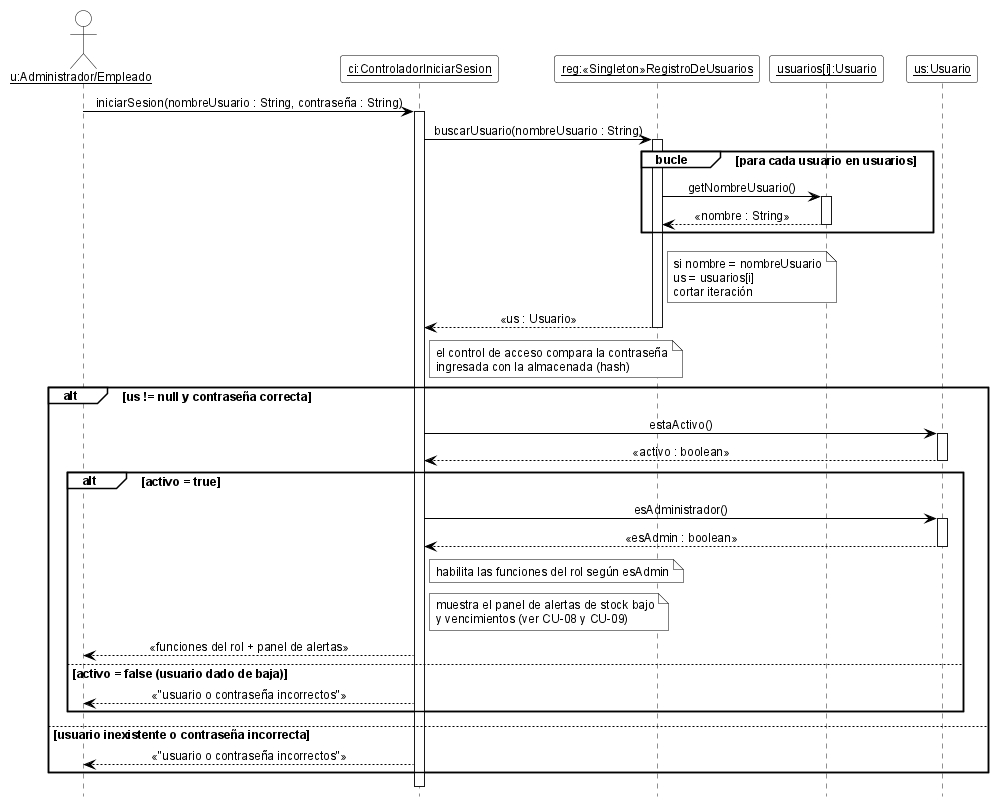
This is 08-Diagrama De Secuencia/DSD_CU-01_iniciarSesion.png from cirotop/Stock-Project, a PlantUML export, as it was before one commit.
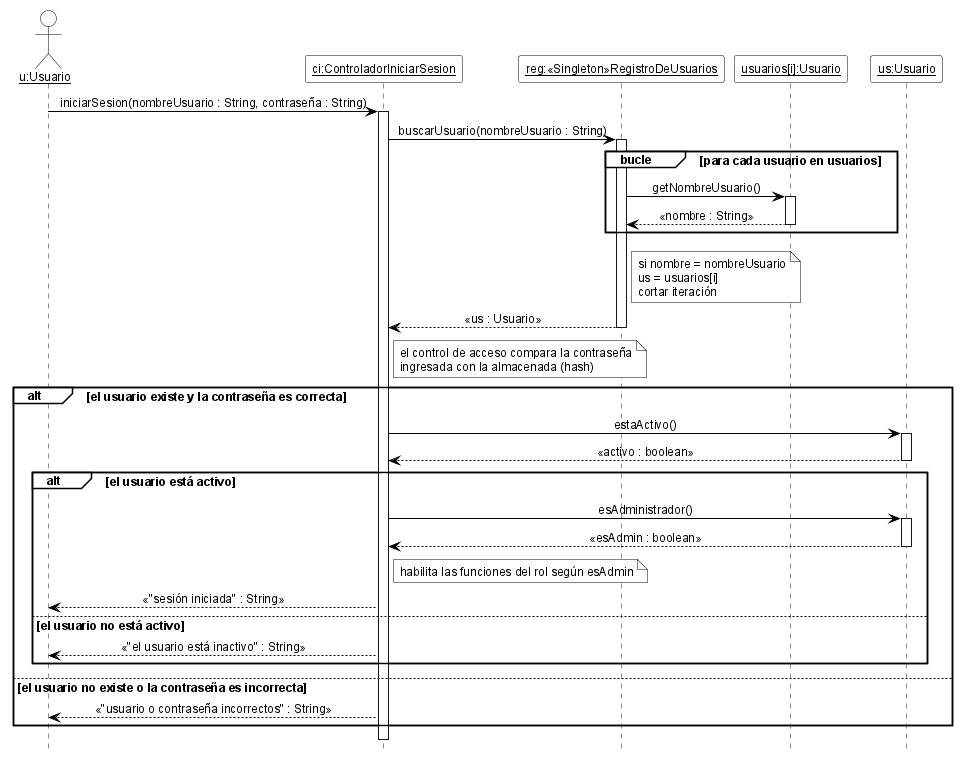
After the commit.

Diff of the diagram source:
```diff
@@ -19,7 +19,7 @@
 skinparam NoteBackgroundColor white
 skinparam NoteBorderColor black
 
-actor "<u>u:Administrador/Empleado</u>" as u
+actor "<u>u:Usuario</u>" as u
 participant "<u>ci:ControladorIniciarSesion</u>" as ci
 participant "<u>reg:«Singleton»RegistroDeUsuarios</u>" as reg
 participant "<u>usuarios[i]:Usuario</u>" as ui
@@ -38,20 +38,19 @@
 end note
 reg --> ci -- : «us : Usuario»
 note right of ci : el control de acceso compara la contraseña\ningresada con la almacenada (hash)
-alt us != null y contraseña correcta
+alt el usuario existe y la contraseña es correcta
   ci -> us ++ : estaActivo()
   us --> ci -- : «activo : boolean»
-  alt activo = true
+  alt el usuario está activo
     ci -> us ++ : esAdministrador()
     us --> ci -- : «esAdmin : boolean»
     note right of ci : habilita las funciones del rol según esAdmin
-    note right of ci : muestra el panel de alertas de stock bajo\ny vencimientos (ver CU-08 y CU-09)
-    ci --> u : «funciones del rol + panel de alertas»
-  else activo = false (usuario dado de baja)
-    ci --> u : «"usuario o contraseña incorrectos"»
+    ci --> u : «"sesión iniciada" : String»
+  else el usuario no está activo
+    ci --> u : «"el usuario está inactivo" : String»
   end
-else usuario inexistente o contraseña incorrecta
-  ci --> u : «"usuario o contraseña incorrectos"»
+else el usuario no existe o la contraseña es incorrecta
+  ci --> u : «"usuario o contraseña incorrectos" : String»
 end
 deactivate ci
 
```
